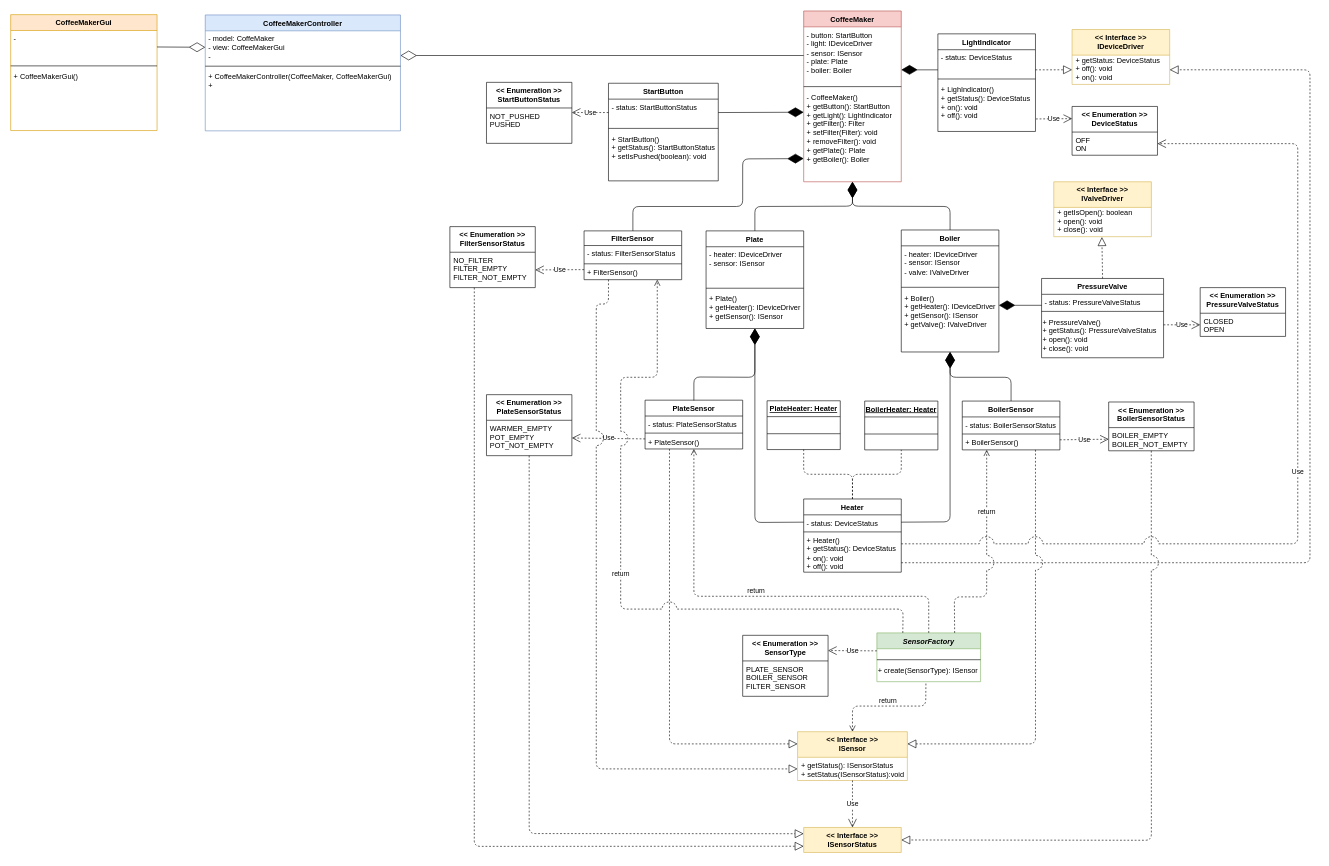
JosueRodriguezGarcia/CoffeeMaker-Group2 keeps this draw.io diagram as resources/CoffeeMakerUML.drawio. Above is the earlier version. Source tidied: cells renumbered, new cells numbered last; positions are measured from the earlier drawing's top-left corner, leaving out a move shared by most shapes. Both pictures are drawn from the tidied source at 61%, with x=0, y=0 at pixel (10, 11).
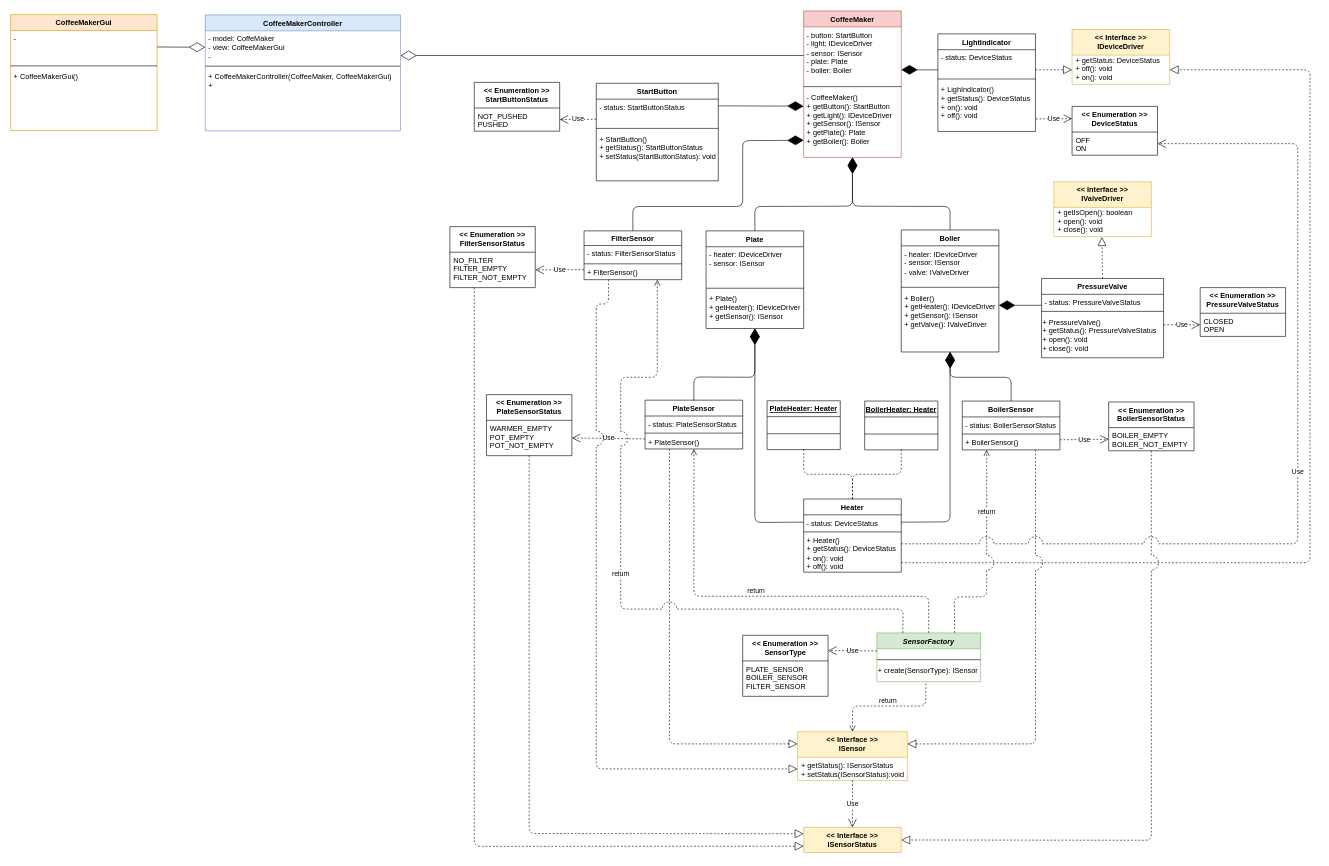
Above is the later version.

Commit message (it also covers changes not shown here):
UML corrected.

Unchanged cells that the change refers to:
```xml
<mxCell id="62" value="FilterSensor" style="swimlane;fontStyle=1;align=center;verticalAlign=middle;horizontal=1;startSize=24;" parent="1" vertex="1">
  <mxGeometry x="940" y="360" width="160" height="80" as="geometry" />
</mxCell>
```

Diff of the diagram source:
```diff
@@
     <mxCell id="10" value="StartButton" style="swimlane;fontStyle=1;align=center;verticalAlign=top;horizontal=1;startSize=26;" parent="1" vertex="1">
-      <mxGeometry x="980" y="118" width="180" height="160" as="geometry" />
+      <mxGeometry x="960" y="118" width="200" height="160" as="geometry" />
     </mxCell>
     <mxCell id="11" value="&lt;div&gt;&lt;span&gt;&amp;nbsp;- status: StartButtonStatus&lt;/span&gt;&lt;br&gt;&lt;/div&gt;" style="text;html=1;strokeColor=none;fillColor=none;align=left;verticalAlign=top;whiteSpace=wrap;rounded=0;" parent="10" vertex="1">
-      <mxGeometry y="26" width="180" height="44" as="geometry" />
+      <mxGeometry y="26" width="200" height="44" as="geometry" />
     </mxCell>
     <mxCell id="12" style="line;strokeWidth=1;fillColor=none;align=left;verticalAlign=middle;spacingTop=-1;spacingLeft=3;spacingRight=3;labelPosition=right;" parent="10" vertex="1">
-      <mxGeometry y="70" width="180" height="8" as="geometry" />
+      <mxGeometry y="70" width="200" height="8" as="geometry" />
     </mxCell>
-    <mxCell id="13" value="&amp;nbsp;+ StartButton()&lt;br&gt;&lt;div&gt;&amp;nbsp;+ getStatus(): StartButtonStatus&lt;/div&gt;&lt;div&gt;&amp;nbsp;+ setIsPushed(boolean): void&lt;/div&gt;" style="text;html=1;strokeColor=none;fillColor=none;align=left;verticalAlign=top;whiteSpace=wrap;rounded=0;" parent="10" vertex="1">
-      <mxGeometry y="78" width="180" height="82" as="geometry" />
+    <mxCell id="13" value="&amp;nbsp;+ StartButton()&lt;br&gt;&lt;div&gt;&amp;nbsp;+ getStatus(): StartButtonStatus&lt;/div&gt;&lt;div&gt;&amp;nbsp;+ setStatus(StartButtonStatus): void&lt;/div&gt;" style="text;html=1;strokeColor=none;fillColor=none;align=left;verticalAlign=top;whiteSpace=wrap;rounded=0;" parent="10" vertex="1">
+      <mxGeometry y="78" width="200" height="82" as="geometry" />
     </mxCell>
@@
     <mxCell id="26" value="CoffeeMaker" style="swimlane;fontStyle=1;align=center;verticalAlign=middle;horizontal=1;startSize=26;fillColor=#f8cecc;strokeColor=#b85450;gradientDirection=north;swimlaneFillColor=none;" parent="1" vertex="1">
-      <mxGeometry x="1300" y="-0.5" width="160" height="280" as="geometry" />
+      <mxGeometry x="1300" y="-0.5" width="160" height="240" as="geometry" />
     </mxCell>
@@
-    <mxCell id="29" value="&lt;div&gt;&amp;nbsp;- CoffeeMaker()&lt;/div&gt;&lt;div&gt;&amp;nbsp;+ getButton(): StartButton&lt;/div&gt;&lt;div&gt;&amp;nbsp;+ getLight(): LightIndicator&lt;/div&gt;&lt;div&gt;&amp;nbsp;+ getFilter(): Filter&lt;/div&gt;&lt;div&gt;&amp;nbsp;+ setFilter(Filter): void&lt;/div&gt;&lt;div&gt;&amp;nbsp;+ removeFilter(): void&lt;/div&gt;&lt;div&gt;&amp;nbsp;+ getPlate(): Plate&lt;/div&gt;&lt;div&gt;&amp;nbsp;+ getBoiler(): Boiler&lt;/div&gt;" style="text;html=1;strokeColor=none;fillColor=none;align=left;verticalAlign=top;whiteSpace=wrap;rounded=0;" parent="26" vertex="1">
-      <mxGeometry y="128" width="160" height="152" as="geometry" />
+    <mxCell id="29" value="&lt;div&gt;&amp;nbsp;- CoffeeMaker()&lt;/div&gt;&lt;div&gt;&amp;nbsp;+ getButton(): StartButton&lt;/div&gt;&lt;div&gt;&amp;nbsp;+ getLight(): IDeviceDriver&lt;/div&gt;&lt;div&gt;&amp;nbsp;+ getSensor(): ISensor&lt;/div&gt;&lt;div&gt;&lt;span&gt;&amp;nbsp;+ getPlate(): Plate&lt;/span&gt;&lt;br&gt;&lt;/div&gt;&lt;div&gt;&amp;nbsp;+ getBoiler(): Boiler&lt;/div&gt;" style="text;html=1;strokeColor=none;fillColor=none;align=left;verticalAlign=top;whiteSpace=wrap;rounded=0;" parent="26" vertex="1">
+      <mxGeometry y="128" width="160" height="112" as="geometry" />
     </mxCell>
@@
-    <mxCell id="42" style="endArrow=diamondThin;endFill=1;endSize=24;html=1;entryX=0;entryY=0.25;entryDx=0;entryDy=0;exitX=1;exitY=0.5;exitDx=0;exitDy=0;" parent="1" edge="1" source="11" target="29">
+    <mxCell id="42" style="endArrow=diamondThin;endFill=1;endSize=24;html=1;entryX=0;entryY=0.25;entryDx=0;entryDy=0;exitX=1;exitY=0.25;exitDx=0;exitDy=0;" parent="1" edge="1" source="11" target="29">
       <mxGeometry relative="1" as="geometry" />
     </mxCell>
@@
     <mxCell id="66" style="endArrow=diamondThin;endFill=1;endSize=24;html=1;entryX=0;entryY=0.75;entryDx=0;entryDy=0;exitX=0.5;exitY=0;exitDx=0;exitDy=0;" parent="1" edge="1" source="62" target="29">
       <mxGeometry relative="1" as="geometry">
         <Array as="points">
           <mxPoint x="1020" y="320" />
           <mxPoint x="1200" y="320" />
-          <mxPoint x="1200" y="242" />
+          <mxPoint x="1200" y="212" />
         </Array>
       </mxGeometry>
     </mxCell>
@@
     <mxCell id="94" value="&lt;&lt; Enumeration &gt;&gt;&#10;StartButtonStatus&#10;" style="swimlane;fontStyle=1;horizontal=1;startSize=42;verticalAlign=top;" parent="1" vertex="1">
-      <mxGeometry x="780" y="116.5" width="140" height="100" as="geometry" />
+      <mxGeometry x="760" y="116.5" width="140" height="80" as="geometry" />
     </mxCell>
     <mxCell id="95" value="NOT_PUSHED&#10;PUSHED&#10;" style="text;strokeColor=none;fillColor=none;align=left;verticalAlign=top;spacingLeft=4;spacingRight=4;overflow=hidden;points=[[0,0.5],[1,0.5]];portConstraint=eastwest;" parent="94" vertex="1">
-      <mxGeometry y="42" width="140" height="58" as="geometry" />
+      <mxGeometry y="42" width="140" height="38" as="geometry" />
     </mxCell>
@@
-    <mxCell id="113" value="Use" style="endArrow=open;endSize=12;dashed=1;html=1;exitX=0;exitY=0.5;exitDx=0;exitDy=0;entryX=1;entryY=0.129;entryDx=0;entryDy=0;entryPerimeter=0;" parent="1" edge="1" source="11" target="95">
+    <mxCell id="113" value="Use" style="endArrow=open;endSize=12;dashed=1;html=1;exitX=0;exitY=0.75;exitDx=0;exitDy=0;entryX=1;entryY=0.5;entryDx=0;entryDy=0;" parent="1" edge="1" source="11" target="95">
       <mxGeometry relative="1" as="geometry" />
     </mxCell>
```
